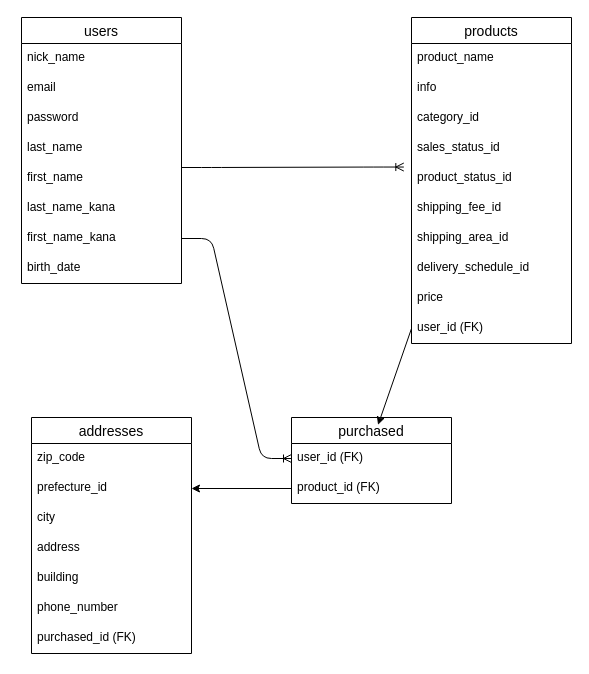
Earlier version of the draw.io diagram furima-47728_ER.dio (talle3miu3gi-ctrl/furima-47728). Source tidied: cells renumbered, new cells numbered last; positions are measured from the earlier drawing's top-left corner, leaving out a move shared by most shapes. Both pictures are drawn from the tidied source at 100%, with x=0, y=0 at pixel (21, 17).
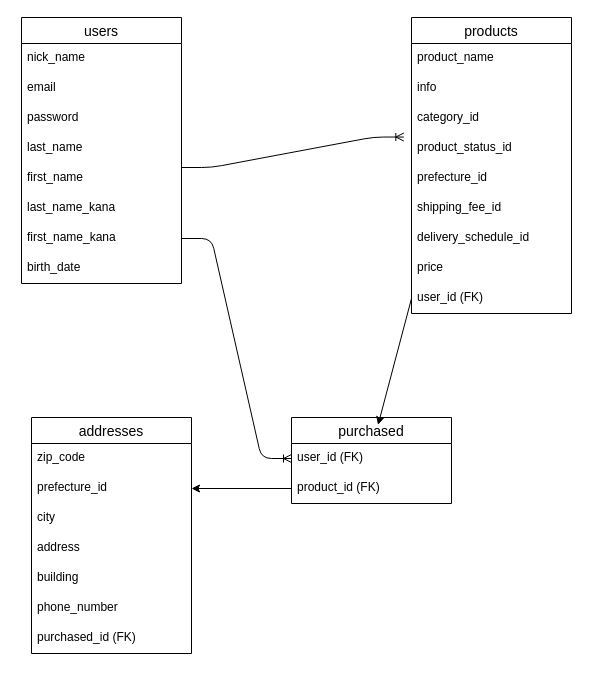
After the change.

Commit message (it also covers changes not shown here):
データベース設計修正

Diff of the diagram source:
```diff
@@
     <mxCell id="19" value="products" style="swimlane;fontStyle=0;horizontal=1;startSize=26;align=center;fontSize=14;" parent="1" vertex="1">
-      <mxGeometry x="390" width="160" height="326" as="geometry" />
+      <mxGeometry x="390" width="160" height="296" as="geometry" />
     </mxCell>
@@
-    <mxCell id="23" value="sales_status_id" style="text;strokeColor=none;fillColor=none;spacingLeft=4;spacingRight=4;overflow=hidden;fontSize=12;whiteSpace=wrap;html=1;" parent="19" vertex="1">
-      <mxGeometry y="116" width="160" height="30" as="geometry" />
-    </mxCell>
     <mxCell id="24" value="product_status_id" style="text;strokeColor=none;fillColor=none;spacingLeft=4;spacingRight=4;overflow=hidden;points=[[0,0.5],[1,0.5]];portConstraint=eastwest;fontSize=12;whiteSpace=wrap;html=1;" parent="19" vertex="1">
-      <mxGeometry y="146" width="160" height="30" as="geometry" />
+      <mxGeometry y="116" width="160" height="30" as="geometry" />
     </mxCell>
+    <mxCell id="26" value="prefecture_id" style="text;strokeColor=none;fillColor=none;spacingLeft=4;spacingRight=4;overflow=hidden;fontSize=12;whiteSpace=wrap;html=1;" parent="19" vertex="1">
+      <mxGeometry y="146" width="160" height="30" as="geometry" />
+    </mxCell>
@@
-    <mxCell id="26" value="shipping_area_id" style="text;strokeColor=none;fillColor=none;spacingLeft=4;spacingRight=4;overflow=hidden;fontSize=12;whiteSpace=wrap;html=1;" parent="19" vertex="1">
-      <mxGeometry y="206" width="160" height="30" as="geometry" />
-    </mxCell>
     <mxCell id="27" value="delivery_schedule_id" style="text;strokeColor=none;fillColor=none;spacingLeft=4;spacingRight=4;overflow=hidden;fontSize=12;whiteSpace=wrap;html=1;" parent="19" vertex="1">
-      <mxGeometry y="236" width="160" height="30" as="geometry" />
+      <mxGeometry y="206" width="160" height="30" as="geometry" />
     </mxCell>
     <mxCell id="28" value="price" style="text;strokeColor=none;fillColor=none;spacingLeft=4;spacingRight=4;overflow=hidden;fontSize=12;whiteSpace=wrap;html=1;" parent="19" vertex="1">
-      <mxGeometry y="266" width="160" height="30" as="geometry" />
+      <mxGeometry y="236" width="160" height="30" as="geometry" />
     </mxCell>
     <mxCell id="29" value="user_id (FK)" style="text;strokeColor=none;fillColor=none;spacingLeft=4;spacingRight=4;overflow=hidden;points=[[0,0.5],[1,0.5]];portConstraint=eastwest;fontSize=12;whiteSpace=wrap;html=1;" parent="19" vertex="1">
-      <mxGeometry y="296" width="160" height="30" as="geometry" />
+      <mxGeometry y="266" width="160" height="30" as="geometry" />
     </mxCell>
```
